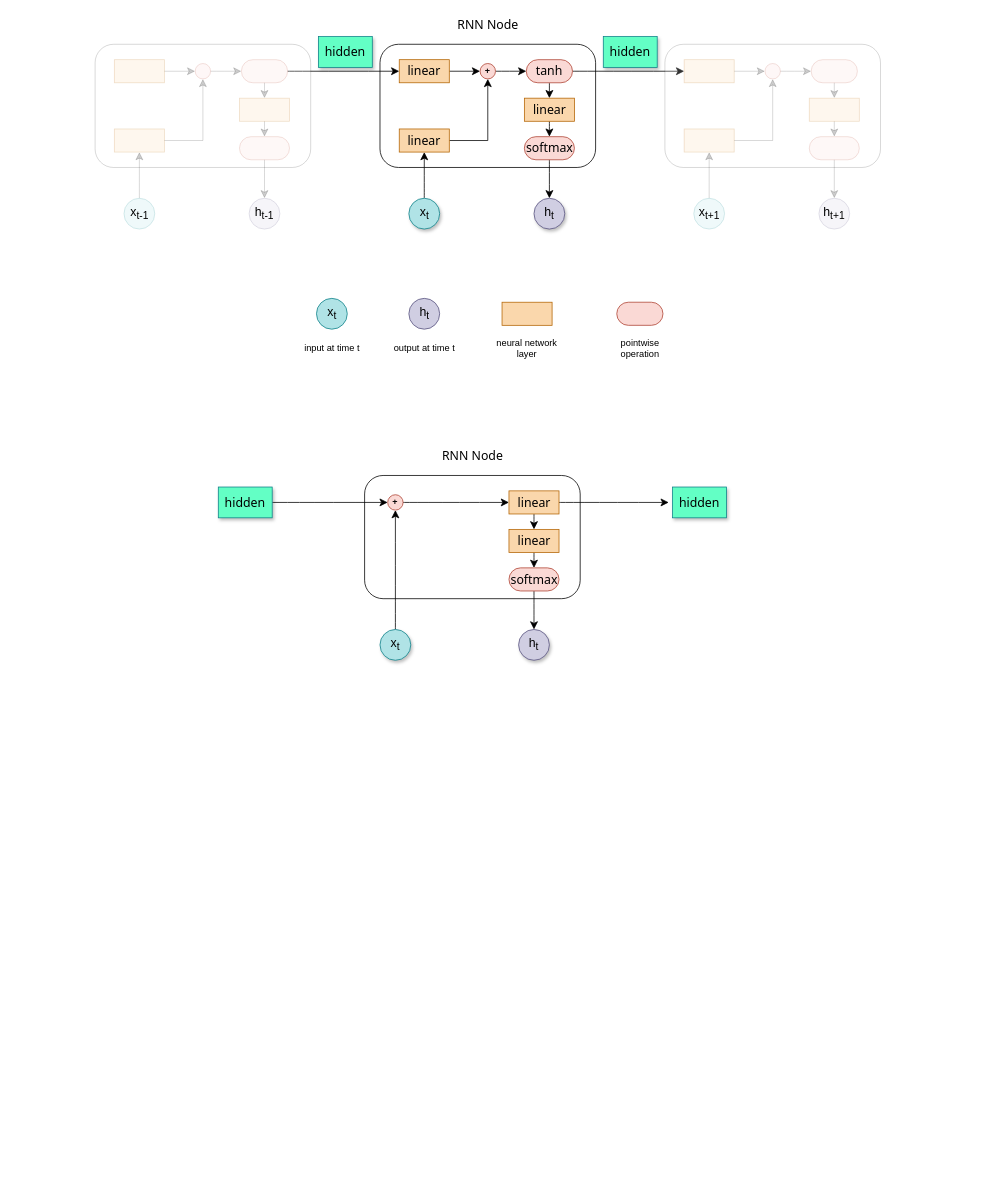
This is assets/network.drawio from duongnphong/RNN-Name-Generation, a draw.io file, before an edit. Source tidied: cells renumbered, new cells numbered last; positions are measured from the earlier drawing's top-left corner, leaving out a move shared by most shapes. Both pictures are drawn from the tidied source at 77%, with x=0, y=0 at pixel (95, 13).
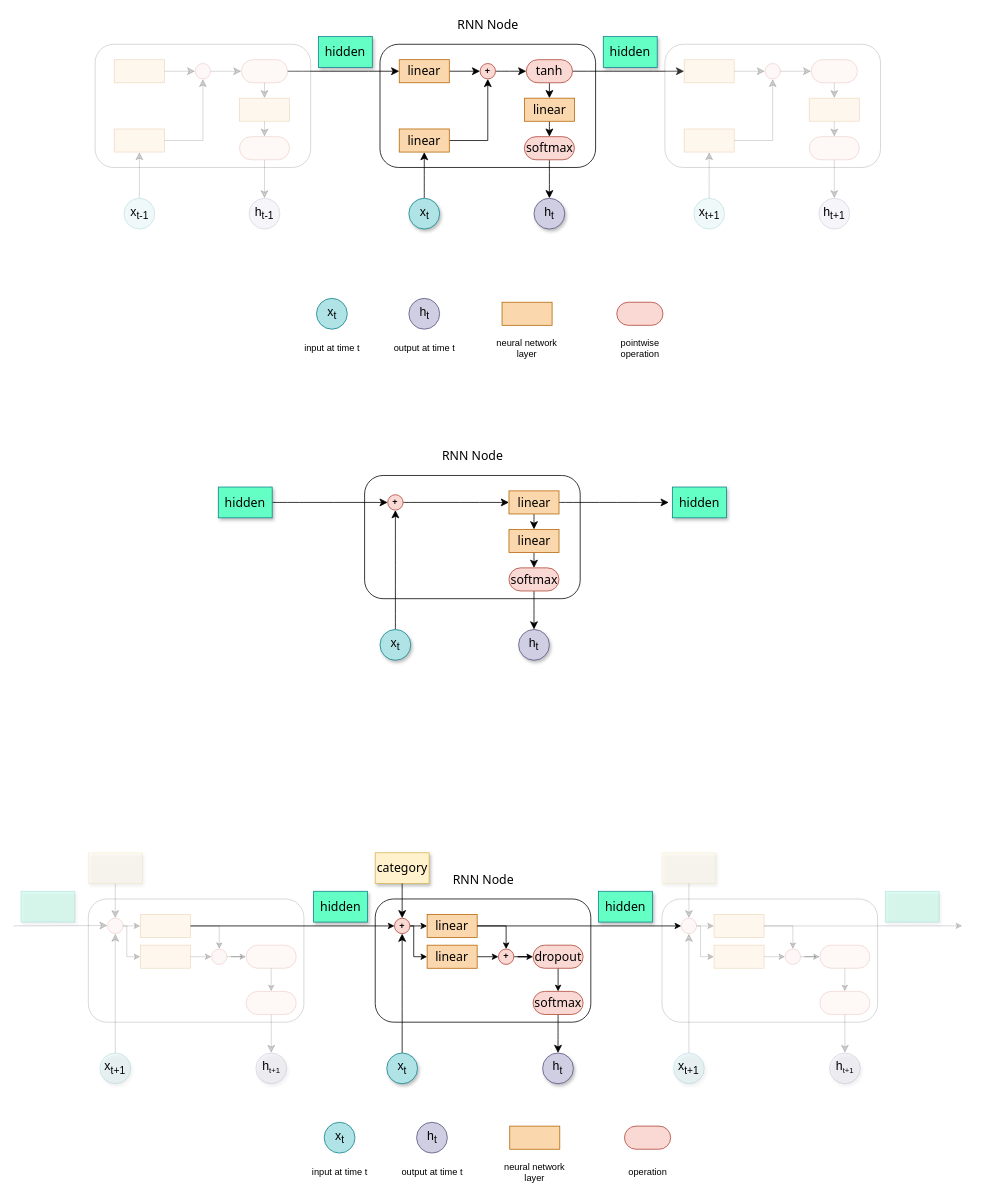
The same page after the edit.

The edit, as a diff of the source:
```diff
@@
+    <mxCell id="86" style="rounded=1;whiteSpace=wrap;html=1;" parent="1" vertex="1">
+      <mxGeometry x="363.8" y="1150" width="280" height="160" as="geometry" />
+    </mxCell>
+    <mxCell id="87" value="&lt;font face=&quot;Tahoma&quot;&gt;RNN Node&lt;/font&gt;" style="text;html=1;align=center;verticalAlign=middle;strokeColor=none;fillColor=none;fontSize=16;" parent="1" vertex="1">
+      <mxGeometry x="453.8" y="1110" width="100" height="30" as="geometry" />
+    </mxCell>
+    <mxCell id="88" style="edgeStyle=none;curved=1;rounded=0;jettySize=auto;html=1;entryX=0.5;entryY=1;entryDx=0;entryDy=0;fontSize=12;startSize=8;endSize=8;" parent="1" edge="1" source="89" target="108">
+      <mxGeometry relative="1" as="geometry" />
+    </mxCell>
+    <mxCell id="89" value="&lt;div style=&quot;line-height: 100%;&quot;&gt;x&lt;span&gt;&lt;sub&gt;t&lt;/sub&gt;&lt;/span&gt;&lt;/div&gt;" style="ellipse;whiteSpace=wrap;html=1;fillColor=#b0e3e6;strokeColor=#0e8088;fontSize=16;shadow=1;" parent="1" vertex="1">
+      <mxGeometry x="378.8" y="1350" width="40" height="40" as="geometry" />
+    </mxCell>
+    <mxCell id="90" style="edgeStyle=none;curved=1;rounded=0;orthogonalLoop=1;jettySize=auto;html=1;exitX=0;exitY=0.5;exitDx=0;exitDy=0;fontSize=12;startSize=8;endSize=8;" parent="1" edge="1">
+      <mxGeometry relative="1" as="geometry">
+        <mxPoint x="553.8" y="1185" as="sourcePoint" />
+        <mxPoint x="553.8" y="1185" as="targetPoint" />
+      </mxGeometry>
+    </mxCell>
+    <mxCell id="91" style="edgeStyle=none;curved=1;rounded=0;jettySize=auto;html=1;entryX=0.5;entryY=0;entryDx=0;entryDy=0;fontSize=12;startSize=8;endSize=8;" parent="1" edge="1" source="92" target="93">
+      <mxGeometry relative="1" as="geometry" />
+    </mxCell>
+    <mxCell id="92" value="&lt;font face=&quot;Tahoma&quot; style=&quot;font-size: 16px; line-height: 100%;&quot;&gt;softmax&lt;/font&gt;" style="rounded=1;whiteSpace=wrap;html=1;fillColor=#fad9d5;strokeColor=#ae4132;arcSize=50;" parent="1" vertex="1">
+      <mxGeometry x="568.8" y="1270" width="65" height="30" as="geometry" />
+    </mxCell>
+    <mxCell id="93" value="&lt;div style=&quot;line-height: 100%;&quot;&gt;&lt;font style=&quot;font-size: 16px;&quot;&gt;h&lt;sub&gt;t&lt;/sub&gt;&lt;/font&gt;&lt;/div&gt;" style="ellipse;whiteSpace=wrap;html=1;fillColor=#d0cee2;strokeColor=#56517e;shadow=1;" parent="1" vertex="1">
+      <mxGeometry x="581.2" y="1350" width="40" height="40" as="geometry" />
+    </mxCell>
+    <mxCell id="94" value="&lt;font face=&quot;Tahoma&quot;&gt;&lt;span style=&quot;font-size: 16px; line-height: 100%;&quot;&gt;hidden&lt;/span&gt;&lt;/font&gt;" style="rounded=0;whiteSpace=wrap;html=1;fillColor=#63FFC5;strokeColor=#0e8088;shadow=1;" parent="1" vertex="1">
+      <mxGeometry x="283.8" y="1140" width="70" height="40" as="geometry" />
+    </mxCell>
+    <mxCell id="95" value="&lt;font face=&quot;Tahoma&quot;&gt;&lt;span style=&quot;font-size: 16px; line-height: 100%;&quot;&gt;hidden&lt;/span&gt;&lt;/font&gt;" style="rounded=0;whiteSpace=wrap;html=1;fillColor=#63FFC5;strokeColor=#0e8088;shadow=1;" parent="1" vertex="1">
+      <mxGeometry x="653.8" y="1140" width="70" height="40" as="geometry" />
+    </mxCell>
+    <mxCell id="96" value="input at time t" style="text;html=1;align=center;verticalAlign=middle;whiteSpace=wrap;rounded=0;" parent="1" vertex="1">
+      <mxGeometry x="277.5" y="1490" width="80" height="30" as="geometry" />
+    </mxCell>
+    <mxCell id="97" value="output at time t" style="text;html=1;align=center;verticalAlign=middle;whiteSpace=wrap;rounded=0;" parent="1" vertex="1">
+      <mxGeometry x="392.5" y="1490" width="90" height="30" as="geometry" />
+    </mxCell>
+    <mxCell id="98" style="rounded=0;whiteSpace=wrap;html=1;fillColor=#fad7ac;strokeColor=#b46504;" parent="1" vertex="1">
+      <mxGeometry x="538.5" y="1445" width="65" height="30" as="geometry" />
+    </mxCell>
+    <mxCell id="99" value="&lt;div style=&quot;line-height: 100%;&quot;&gt;x&lt;span&gt;&lt;sub&gt;t&lt;/sub&gt;&lt;/span&gt;&lt;/div&gt;" style="ellipse;whiteSpace=wrap;html=1;fillColor=#b0e3e6;strokeColor=#0e8088;fontSize=16;" parent="1" vertex="1">
+      <mxGeometry x="297.5" y="1440" width="40" height="40" as="geometry" />
+    </mxCell>
+    <mxCell id="100" value="&lt;div style=&quot;line-height: 100%;&quot;&gt;&lt;font style=&quot;font-size: 16px;&quot;&gt;h&lt;sub&gt;t&lt;/sub&gt;&lt;/font&gt;&lt;/div&gt;" style="ellipse;whiteSpace=wrap;html=1;fillColor=#d0cee2;strokeColor=#56517e;" parent="1" vertex="1">
+      <mxGeometry x="417.5" y="1440" width="40" height="40" as="geometry" />
+    </mxCell>
+    <mxCell id="101" style="rounded=1;whiteSpace=wrap;html=1;fillColor=#fad9d5;strokeColor=#ae4132;gradientColor=none;arcSize=50;" parent="1" vertex="1">
+      <mxGeometry x="687.5" y="1445" width="60" height="30" as="geometry" />
+    </mxCell>
+    <mxCell id="102" value="operation" style="text;html=1;align=center;verticalAlign=middle;whiteSpace=wrap;rounded=0;" parent="1" vertex="1">
+      <mxGeometry x="672.5" y="1490" width="90" height="30" as="geometry" />
+    </mxCell>
+    <mxCell id="103" value="neural network layer" style="text;html=1;align=center;verticalAlign=middle;whiteSpace=wrap;rounded=0;" parent="1" vertex="1">
+      <mxGeometry x="526" y="1490" width="90" height="30" as="geometry" />
+    </mxCell>
+    <mxCell id="104" value="&lt;font face=&quot;Tahoma&quot;&gt;&lt;span style=&quot;font-size: 16px; line-height: 100%;&quot;&gt;category&lt;/span&gt;&lt;/font&gt;" style="rounded=0;whiteSpace=wrap;html=1;fillColor=#fff2cc;strokeColor=#d6b656;shadow=1;" parent="1" vertex="1">
+      <mxGeometry x="363.8" y="1090" width="70" height="40" as="geometry" />
+    </mxCell>
+    <mxCell id="105" style="edgeStyle=none;curved=1;rounded=0;jettySize=auto;html=1;exitX=0.5;exitY=1;exitDx=0;exitDy=0;fontSize=12;startSize=8;endSize=8;entryX=0.5;entryY=0;entryDx=0;entryDy=0;" parent="1" edge="1" source="104" target="108">
+      <mxGeometry relative="1" as="geometry" />
+    </mxCell>
+    <mxCell id="106" style="edgeStyle=orthogonalEdgeStyle;rounded=0;jettySize=auto;html=1;exitX=1;exitY=0.5;exitDx=0;exitDy=0;entryX=0;entryY=0.5;entryDx=0;entryDy=0;" parent="1" edge="1" source="108" target="110">
+      <mxGeometry relative="1" as="geometry" />
+    </mxCell>
+    <mxCell id="107" style="edgeStyle=orthogonalEdgeStyle;rounded=0;jettySize=auto;html=1;entryX=0;entryY=0.5;entryDx=0;entryDy=0;" parent="1" edge="1" source="108" target="112">
+      <mxGeometry relative="1" as="geometry">
+        <Array as="points">
+          <mxPoint x="413.8" y="1185" />
+          <mxPoint x="413.8" y="1225" />
+        </Array>
+      </mxGeometry>
+    </mxCell>
+    <mxCell id="108" value="&lt;font face=&quot;Tahoma&quot;&gt;&lt;b style=&quot;line-height: 100%;&quot;&gt;+&lt;/b&gt;&lt;/font&gt;" style="ellipse;whiteSpace=wrap;html=1;fillColor=#fad9d5;strokeColor=#ae4132;" parent="1" vertex="1">
+      <mxGeometry x="388.8" y="1175" width="20" height="20" as="geometry" />
+    </mxCell>
+    <mxCell id="109" style="edgeStyle=orthogonalEdgeStyle;rounded=0;jettySize=auto;html=1;entryX=0.5;entryY=0;entryDx=0;entryDy=0;" parent="1" edge="1" source="110" target="117">
+      <mxGeometry relative="1" as="geometry" />
+    </mxCell>
+    <mxCell id="110" value="&lt;font face=&quot;Tahoma&quot; style=&quot;font-size: 16px; line-height: 100%;&quot;&gt;linear&lt;/font&gt;" style="rounded=0;whiteSpace=wrap;html=1;fillColor=#fad7ac;strokeColor=#b46504;" parent="1" vertex="1">
+      <mxGeometry x="431.2" y="1170" width="65" height="30" as="geometry" />
+    </mxCell>
+    <mxCell id="111" style="edgeStyle=orthogonalEdgeStyle;rounded=0;jettySize=auto;html=1;exitX=1;exitY=0.5;exitDx=0;exitDy=0;entryX=0;entryY=0.5;entryDx=0;entryDy=0;" parent="1" edge="1" source="112" target="117">
+      <mxGeometry relative="1" as="geometry" />
+    </mxCell>
+    <mxCell id="112" value="&lt;font face=&quot;Tahoma&quot; style=&quot;font-size: 16px; line-height: 100%;&quot;&gt;linear&lt;/font&gt;" style="rounded=0;whiteSpace=wrap;html=1;fillColor=#fad7ac;strokeColor=#b46504;" parent="1" vertex="1">
+      <mxGeometry x="431.2" y="1210" width="65" height="30" as="geometry" />
+    </mxCell>
+    <mxCell id="113" style="edgeStyle=orthogonalEdgeStyle;rounded=0;jettySize=auto;html=1;exitX=0.5;exitY=1;exitDx=0;exitDy=0;entryX=0.5;entryY=0;entryDx=0;entryDy=0;" parent="1" edge="1" source="115" target="92">
+      <mxGeometry relative="1" as="geometry" />
+    </mxCell>
+    <mxCell id="114" style="rounded=1;whiteSpace=wrap;html=1;opacity=20;" parent="1" vertex="1">
+      <mxGeometry x="736.2" y="1150" width="280" height="160" as="geometry" />
+    </mxCell>
+    <mxCell id="115" value="&lt;font face=&quot;Tahoma&quot; style=&quot;font-size: 16px; line-height: 100%;&quot;&gt;dropout&lt;/font&gt;" style="rounded=1;whiteSpace=wrap;html=1;fillColor=#fad9d5;strokeColor=#ae4132;arcSize=50;" parent="1" vertex="1">
+      <mxGeometry x="568.8" y="1210" width="65" height="30" as="geometry" />
+    </mxCell>
+    <mxCell id="116" style="edgeStyle=orthogonalEdgeStyle;rounded=0;jettySize=auto;html=1;entryX=0;entryY=0.5;entryDx=0;entryDy=0;" parent="1" edge="1" source="117" target="115">
+      <mxGeometry relative="1" as="geometry" />
+    </mxCell>
+    <mxCell id="117" value="&lt;font face=&quot;Tahoma&quot;&gt;&lt;b style=&quot;line-height: 100%;&quot;&gt;+&lt;/b&gt;&lt;/font&gt;" style="ellipse;whiteSpace=wrap;html=1;fillColor=#fad9d5;strokeColor=#ae4132;" parent="1" vertex="1">
+      <mxGeometry x="523.8" y="1215" width="20" height="20" as="geometry" />
+    </mxCell>
+    <mxCell id="118" style="edgeStyle=none;curved=1;rounded=0;jettySize=auto;html=1;entryX=0.5;entryY=1;entryDx=0;entryDy=0;fontSize=12;startSize=8;endSize=8;opacity=20;" parent="1" edge="1" source="119" target="129">
+      <mxGeometry relative="1" as="geometry" />
+    </mxCell>
+    <mxCell id="119" value="&lt;div style=&quot;line-height: 100%;&quot;&gt;x&lt;sub&gt;t+1&lt;/sub&gt;&lt;/div&gt;" style="ellipse;whiteSpace=wrap;html=1;fillColor=#b0e3e6;strokeColor=#0e8088;fontSize=16;shadow=1;opacity=20;" parent="1" vertex="1">
+      <mxGeometry x="751.2" y="1350" width="40" height="40" as="geometry" />
+    </mxCell>
+    <mxCell id="120" style="edgeStyle=none;curved=1;rounded=0;orthogonalLoop=1;jettySize=auto;html=1;exitX=0;exitY=0.5;exitDx=0;exitDy=0;fontSize=12;startSize=8;endSize=8;opacity=20;" parent="1" edge="1">
+      <mxGeometry relative="1" as="geometry">
+        <mxPoint x="926.2" y="1185" as="sourcePoint" />
+        <mxPoint x="926.2" y="1185" as="targetPoint" />
+      </mxGeometry>
+    </mxCell>
+    <mxCell id="121" style="edgeStyle=none;curved=1;rounded=0;jettySize=auto;html=1;entryX=0.5;entryY=0;entryDx=0;entryDy=0;fontSize=12;startSize=8;endSize=8;opacity=20;" parent="1" edge="1" source="122" target="123">
+      <mxGeometry relative="1" as="geometry" />
+    </mxCell>
+    <mxCell id="122" style="rounded=1;whiteSpace=wrap;html=1;fillColor=#fad9d5;strokeColor=#ae4132;arcSize=50;opacity=20;" parent="1" vertex="1">
+      <mxGeometry x="941.2" y="1270" width="65" height="30" as="geometry" />
+    </mxCell>
+    <mxCell id="123" value="&lt;div style=&quot;line-height: 100%;&quot;&gt;&lt;span style=&quot;font-size: 16px;&quot;&gt;h&lt;/span&gt;&lt;sub&gt;t+1&lt;/sub&gt;&lt;/div&gt;" style="ellipse;whiteSpace=wrap;html=1;fillColor=#d0cee2;strokeColor=#56517e;shadow=1;opacity=20;" parent="1" vertex="1">
+      <mxGeometry x="953.8" y="1350" width="40" height="40" as="geometry" />
+    </mxCell>
+    <mxCell id="124" style="rounded=0;whiteSpace=wrap;html=1;fillColor=#63FFC5;strokeColor=#0e8088;shadow=1;opacity=20;" parent="1" vertex="1">
+      <mxGeometry x="1026.2" y="1140" width="70" height="40" as="geometry" />
+    </mxCell>
+    <mxCell id="125" style="rounded=0;whiteSpace=wrap;html=1;fillColor=#fff2cc;strokeColor=#d6b656;shadow=1;opacity=20;" parent="1" vertex="1">
+      <mxGeometry x="736.2" y="1090" width="70" height="40" as="geometry" />
+    </mxCell>
+    <mxCell id="126" style="edgeStyle=none;curved=1;rounded=0;jettySize=auto;html=1;exitX=0.5;exitY=1;exitDx=0;exitDy=0;fontSize=12;startSize=8;endSize=8;entryX=0.5;entryY=0;entryDx=0;entryDy=0;opacity=20;" parent="1" edge="1" source="125" target="129">
+      <mxGeometry relative="1" as="geometry" />
+    </mxCell>
+    <mxCell id="127" style="edgeStyle=orthogonalEdgeStyle;rounded=0;jettySize=auto;html=1;exitX=1;exitY=0.5;exitDx=0;exitDy=0;entryX=0;entryY=0.5;entryDx=0;entryDy=0;opacity=20;" parent="1" edge="1" source="129" target="132">
+      <mxGeometry relative="1" as="geometry" />
+    </mxCell>
+    <mxCell id="128" style="edgeStyle=orthogonalEdgeStyle;rounded=0;jettySize=auto;html=1;entryX=0;entryY=0.5;entryDx=0;entryDy=0;opacity=20;" parent="1" edge="1" source="129" target="134">
+      <mxGeometry relative="1" as="geometry">
+        <Array as="points">
+          <mxPoint x="786.2" y="1185" />
+          <mxPoint x="786.2" y="1225" />
+        </Array>
+      </mxGeometry>
+    </mxCell>
+    <mxCell id="129" style="ellipse;whiteSpace=wrap;html=1;fillColor=#fad9d5;strokeColor=#ae4132;opacity=20;" parent="1" vertex="1">
+      <mxGeometry x="761.2" y="1175" width="20" height="20" as="geometry" />
+    </mxCell>
+    <mxCell id="130" style="edgeStyle=orthogonalEdgeStyle;rounded=0;jettySize=auto;html=1;exitX=1;exitY=0.5;exitDx=0;exitDy=0;opacity=20;" parent="1" edge="1" source="132">
+      <mxGeometry relative="1" as="geometry">
+        <mxPoint x="1126.2" y="1184.9" as="targetPoint" />
+      </mxGeometry>
+    </mxCell>
+    <mxCell id="131" style="edgeStyle=orthogonalEdgeStyle;rounded=0;jettySize=auto;html=1;entryX=0.5;entryY=0;entryDx=0;entryDy=0;opacity=20;" parent="1" edge="1" source="132" target="138">
+      <mxGeometry relative="1" as="geometry" />
+    </mxCell>
+    <mxCell id="132" style="rounded=0;whiteSpace=wrap;html=1;fillColor=#fad7ac;strokeColor=#b46504;opacity=20;" parent="1" vertex="1">
+      <mxGeometry x="803.8" y="1170" width="65" height="30" as="geometry" />
+    </mxCell>
+    <mxCell id="133" style="edgeStyle=orthogonalEdgeStyle;rounded=0;jettySize=auto;html=1;exitX=1;exitY=0.5;exitDx=0;exitDy=0;entryX=0;entryY=0.5;entryDx=0;entryDy=0;opacity=20;" parent="1" edge="1" source="134" target="138">
+      <mxGeometry relative="1" as="geometry" />
+    </mxCell>
+    <mxCell id="134" style="rounded=0;whiteSpace=wrap;html=1;fillColor=#fad7ac;strokeColor=#b46504;opacity=20;" parent="1" vertex="1">
+      <mxGeometry x="803.8" y="1210" width="65" height="30" as="geometry" />
+    </mxCell>
+    <mxCell id="135" style="edgeStyle=orthogonalEdgeStyle;rounded=0;jettySize=auto;html=1;exitX=0.5;exitY=1;exitDx=0;exitDy=0;entryX=0.5;entryY=0;entryDx=0;entryDy=0;opacity=20;" parent="1" edge="1" source="136" target="122">
+      <mxGeometry relative="1" as="geometry" />
+    </mxCell>
+    <mxCell id="136" style="rounded=1;whiteSpace=wrap;html=1;fillColor=#fad9d5;strokeColor=#ae4132;arcSize=50;opacity=20;" parent="1" vertex="1">
+      <mxGeometry x="941.2" y="1210" width="65" height="30" as="geometry" />
+    </mxCell>
+    <mxCell id="137" style="edgeStyle=orthogonalEdgeStyle;rounded=0;jettySize=auto;html=1;entryX=0;entryY=0.5;entryDx=0;entryDy=0;opacity=20;" parent="1" edge="1" source="138" target="136">
+      <mxGeometry relative="1" as="geometry" />
+    </mxCell>
+    <mxCell id="138" style="ellipse;whiteSpace=wrap;html=1;fillColor=#fad9d5;strokeColor=#ae4132;opacity=20;" parent="1" vertex="1">
+      <mxGeometry x="896.2" y="1215" width="20" height="20" as="geometry" />
+    </mxCell>
+    <mxCell id="139" style="edgeStyle=orthogonalEdgeStyle;rounded=0;jettySize=auto;html=1;exitX=1;exitY=0.5;exitDx=0;exitDy=0;entryX=0;entryY=0.5;entryDx=0;entryDy=0;" parent="1" edge="1" source="110" target="129">
+      <mxGeometry relative="1" as="geometry" />
+    </mxCell>
+    <mxCell id="140" style="rounded=1;whiteSpace=wrap;html=1;opacity=20;" parent="1" vertex="1">
+      <mxGeometry x="-8.8" y="1150" width="280" height="160" as="geometry" />
+    </mxCell>
+    <mxCell id="141" style="edgeStyle=none;curved=1;rounded=0;jettySize=auto;html=1;entryX=0.5;entryY=1;entryDx=0;entryDy=0;fontSize=12;startSize=8;endSize=8;opacity=20;" parent="1" edge="1" source="142" target="151">
+      <mxGeometry relative="1" as="geometry" />
+    </mxCell>
+    <mxCell id="142" value="&lt;div style=&quot;line-height: 100%;&quot;&gt;x&lt;sub&gt;t+1&lt;/sub&gt;&lt;/div&gt;" style="ellipse;whiteSpace=wrap;html=1;fillColor=#b0e3e6;strokeColor=#0e8088;fontSize=16;shadow=1;opacity=20;" parent="1" vertex="1">
+      <mxGeometry x="6.2" y="1350" width="40" height="40" as="geometry" />
+    </mxCell>
+    <mxCell id="143" style="edgeStyle=none;curved=1;rounded=0;orthogonalLoop=1;jettySize=auto;html=1;exitX=0;exitY=0.5;exitDx=0;exitDy=0;fontSize=12;startSize=8;endSize=8;opacity=20;" parent="1" edge="1">
+      <mxGeometry relative="1" as="geometry">
+        <mxPoint x="181.2" y="1185" as="sourcePoint" />
+        <mxPoint x="181.2" y="1185" as="targetPoint" />
+      </mxGeometry>
+    </mxCell>
+    <mxCell id="144" style="edgeStyle=none;curved=1;rounded=0;jettySize=auto;html=1;entryX=0.5;entryY=0;entryDx=0;entryDy=0;fontSize=12;startSize=8;endSize=8;opacity=20;" parent="1" edge="1" source="145" target="146">
+      <mxGeometry relative="1" as="geometry" />
+    </mxCell>
+    <mxCell id="145" style="rounded=1;whiteSpace=wrap;html=1;fillColor=#fad9d5;strokeColor=#ae4132;arcSize=50;opacity=20;" parent="1" vertex="1">
+      <mxGeometry x="196.2" y="1270" width="65" height="30" as="geometry" />
+    </mxCell>
+    <mxCell id="146" value="&lt;div style=&quot;line-height: 100%;&quot;&gt;&lt;span style=&quot;font-size: 16px;&quot;&gt;h&lt;/span&gt;&lt;sub&gt;t+1&lt;/sub&gt;&lt;/div&gt;" style="ellipse;whiteSpace=wrap;html=1;fillColor=#d0cee2;strokeColor=#56517e;shadow=1;opacity=20;" parent="1" vertex="1">
+      <mxGeometry x="208.8" y="1350" width="40" height="40" as="geometry" />
+    </mxCell>
+    <mxCell id="147" style="rounded=0;whiteSpace=wrap;html=1;fillColor=#fff2cc;strokeColor=#d6b656;shadow=1;opacity=20;" parent="1" vertex="1">
+      <mxGeometry x="-8.8" y="1090" width="70" height="40" as="geometry" />
+    </mxCell>
+    <mxCell id="148" style="edgeStyle=none;curved=1;rounded=0;jettySize=auto;html=1;exitX=0.5;exitY=1;exitDx=0;exitDy=0;fontSize=12;startSize=8;endSize=8;entryX=0.5;entryY=0;entryDx=0;entryDy=0;opacity=20;" parent="1" edge="1" source="147" target="151">
+      <mxGeometry relative="1" as="geometry" />
+    </mxCell>
+    <mxCell id="149" style="edgeStyle=orthogonalEdgeStyle;rounded=0;jettySize=auto;html=1;exitX=1;exitY=0.5;exitDx=0;exitDy=0;entryX=0;entryY=0.5;entryDx=0;entryDy=0;opacity=20;" parent="1" edge="1" source="151" target="154">
+      <mxGeometry relative="1" as="geometry" />
+    </mxCell>
+    <mxCell id="150" style="edgeStyle=orthogonalEdgeStyle;rounded=0;jettySize=auto;html=1;entryX=0;entryY=0.5;entryDx=0;entryDy=0;opacity=20;" parent="1" edge="1" source="151" target="156">
+      <mxGeometry relative="1" as="geometry">
+        <Array as="points">
+          <mxPoint x="41.2" y="1185" />
+          <mxPoint x="41.2" y="1225" />
+        </Array>
+      </mxGeometry>
+    </mxCell>
+    <mxCell id="151" style="ellipse;whiteSpace=wrap;html=1;fillColor=#fad9d5;strokeColor=#ae4132;opacity=20;" parent="1" vertex="1">
+      <mxGeometry x="16.2" y="1175" width="20" height="20" as="geometry" />
+    </mxCell>
+    <mxCell id="152" style="edgeStyle=orthogonalEdgeStyle;rounded=0;jettySize=auto;html=1;exitX=1;exitY=0.5;exitDx=0;exitDy=0;entryX=0;entryY=0.5;entryDx=0;entryDy=0;" parent="1" edge="1" source="154" target="108">
+      <mxGeometry relative="1" as="geometry" />
+    </mxCell>
+    <mxCell id="153" style="edgeStyle=orthogonalEdgeStyle;rounded=0;jettySize=auto;html=1;entryX=0.5;entryY=0;entryDx=0;entryDy=0;opacity=20;" parent="1" edge="1" source="154" target="160">
+      <mxGeometry relative="1" as="geometry" />
+    </mxCell>
+    <mxCell id="154" style="rounded=0;whiteSpace=wrap;html=1;fillColor=#fad7ac;strokeColor=#b46504;opacity=20;" parent="1" vertex="1">
+      <mxGeometry x="58.8" y="1170" width="65" height="30" as="geometry" />
+    </mxCell>
+    <mxCell id="155" style="edgeStyle=orthogonalEdgeStyle;rounded=0;jettySize=auto;html=1;exitX=1;exitY=0.5;exitDx=0;exitDy=0;entryX=0;entryY=0.5;entryDx=0;entryDy=0;opacity=20;" parent="1" edge="1" source="156" target="160">
+      <mxGeometry relative="1" as="geometry" />
+    </mxCell>
+    <mxCell id="156" style="rounded=0;whiteSpace=wrap;html=1;fillColor=#fad7ac;strokeColor=#b46504;opacity=20;" parent="1" vertex="1">
+      <mxGeometry x="58.8" y="1210" width="65" height="30" as="geometry" />
+    </mxCell>
+    <mxCell id="157" style="edgeStyle=orthogonalEdgeStyle;rounded=0;jettySize=auto;html=1;exitX=0.5;exitY=1;exitDx=0;exitDy=0;entryX=0.5;entryY=0;entryDx=0;entryDy=0;opacity=20;" parent="1" edge="1" source="158" target="145">
+      <mxGeometry relative="1" as="geometry" />
+    </mxCell>
+    <mxCell id="158" style="rounded=1;whiteSpace=wrap;html=1;fillColor=#fad9d5;strokeColor=#ae4132;arcSize=50;opacity=20;" parent="1" vertex="1">
+      <mxGeometry x="196.2" y="1210" width="65" height="30" as="geometry" />
+    </mxCell>
+    <mxCell id="159" style="edgeStyle=orthogonalEdgeStyle;rounded=0;jettySize=auto;html=1;entryX=0;entryY=0.5;entryDx=0;entryDy=0;opacity=20;" parent="1" edge="1" source="160" target="158">
+      <mxGeometry relative="1" as="geometry" />
+    </mxCell>
+    <mxCell id="160" style="ellipse;whiteSpace=wrap;html=1;fillColor=#fad9d5;strokeColor=#ae4132;opacity=20;" parent="1" vertex="1">
+      <mxGeometry x="151.2" y="1215" width="20" height="20" as="geometry" />
+    </mxCell>
+    <mxCell id="161" style="rounded=0;whiteSpace=wrap;html=1;fillColor=#63FFC5;strokeColor=#0e8088;shadow=1;opacity=20;" parent="1" vertex="1">
+      <mxGeometry x="-96.2" y="1140" width="70" height="40" as="geometry" />
+    </mxCell>
+    <mxCell id="162" style="edgeStyle=none;curved=1;rounded=0;orthogonalLoop=1;jettySize=auto;html=1;fontSize=12;startSize=8;endSize=8;entryX=0;entryY=0.5;entryDx=0;entryDy=0;opacity=20;" parent="1" edge="1">
+      <mxGeometry relative="1" as="geometry">
+        <mxPoint x="-106.2" y="1185" as="sourcePoint" />
+        <mxPoint x="16.2" y="1184.5" as="targetPoint" />
+      </mxGeometry>
+    </mxCell>
```
